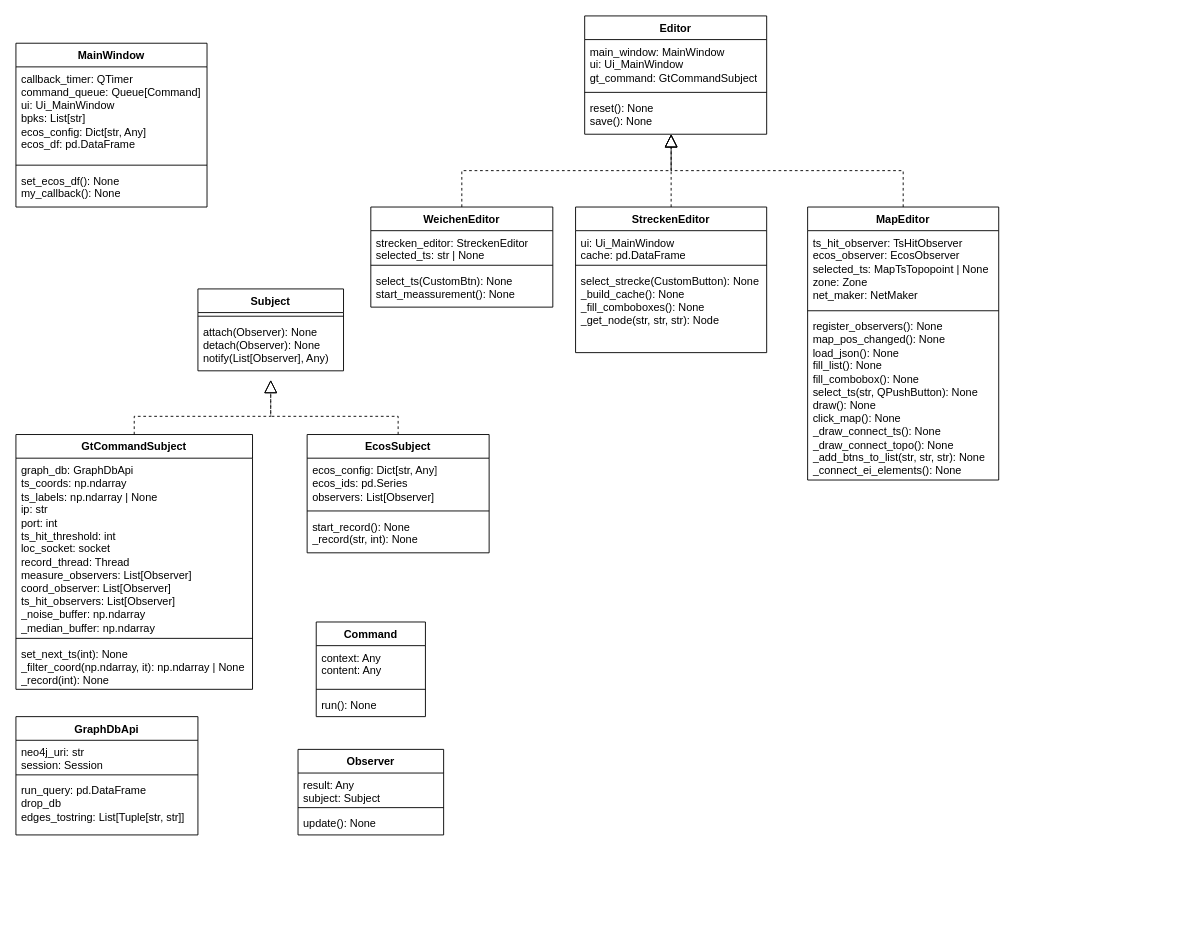
pascalreiss/draw_io_stuff keeps this draw.io diagram as structural/Untitled Diagram.drawio. Above is the earlier version. Source tidied: cells renumbered, new cells numbered last; positions are measured from the earlier drawing's top-left corner, leaving out a move shared by most shapes. Both pictures are drawn from the tidied source at 91%, with x=0, y=0 at pixel (15, 15).
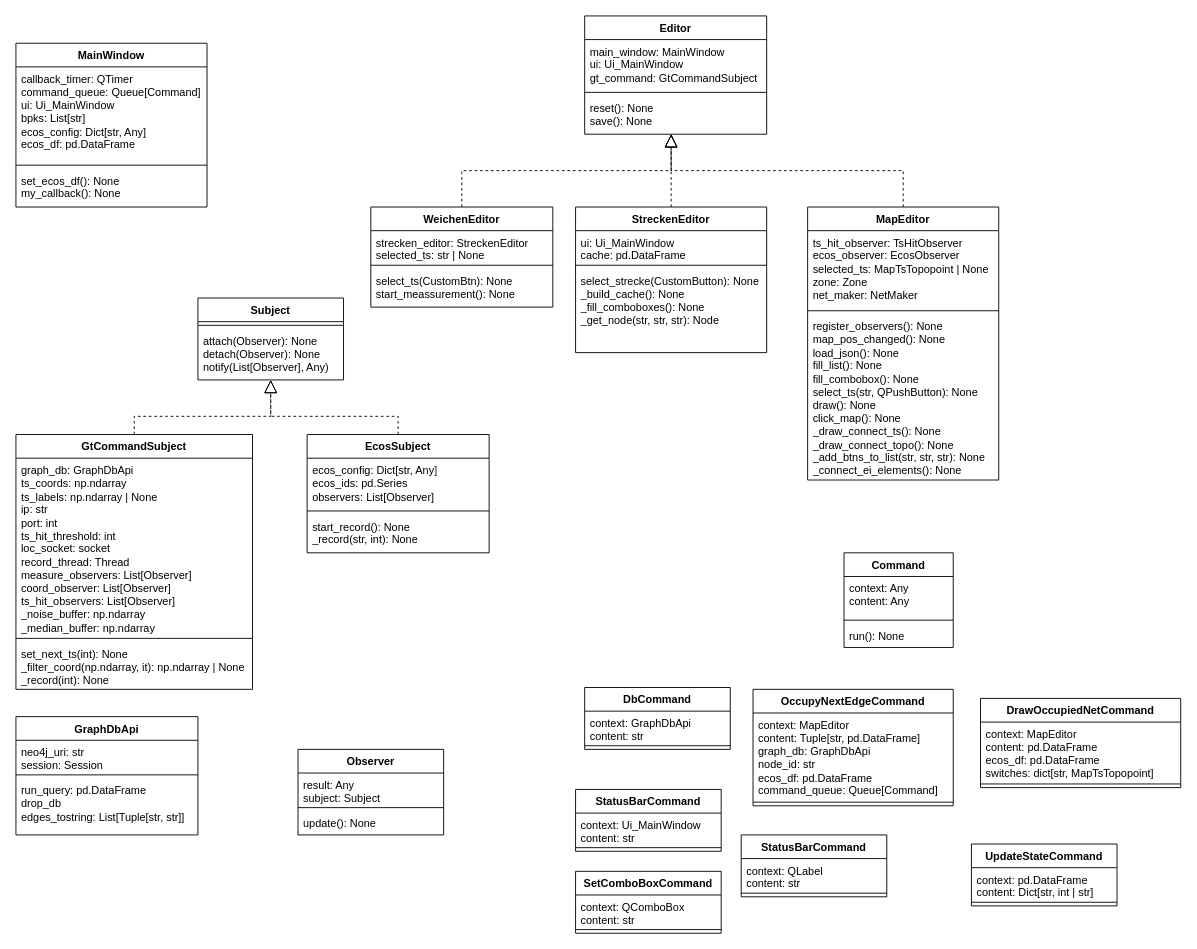
The same diagram, later.

What changed in the source:
```diff
@@
     <mxCell id="10" value="Command" style="swimlane;fontStyle=1;align=center;verticalAlign=top;horizontal=1;startSize=26;whiteSpace=wrap;html=1;" parent="1" vertex="1">
-      <mxGeometry x="330" y="666" width="120" height="104" as="geometry" />
+      <mxGeometry x="910" y="590" width="120" height="104" as="geometry" />
     </mxCell>
@@
     <mxCell id="34" value="Subject" style="swimlane;fontStyle=1;align=center;verticalAlign=top;horizontal=1;startSize=26;whiteSpace=wrap;html=1;" parent="1" vertex="1">
-      <mxGeometry x="200" y="300" width="160" height="90" as="geometry" />
+      <mxGeometry x="200" y="310" width="160" height="90" as="geometry" />
     </mxCell>
@@
+    <mxCell id="50" value="DbCommand" style="swimlane;fontStyle=1;align=center;verticalAlign=top;horizontal=1;startSize=26;whiteSpace=wrap;html=1;" parent="1" vertex="1">
+      <mxGeometry x="625" y="738" width="160" height="68" as="geometry" />
+    </mxCell>
+    <mxCell id="51" value="context: GraphDbApi&lt;br&gt;content: str" style="text;strokeColor=none;fillColor=none;align=left;verticalAlign=top;spacingLeft=4;spacingRight=4;overflow=hidden;whiteSpace=wrap;html=1;" parent="50" vertex="1">
+      <mxGeometry y="26" width="160" height="34" as="geometry" />
+    </mxCell>
+    <mxCell id="52" style="line;strokeWidth=1;fillColor=none;align=left;verticalAlign=middle;spacingTop=-1;spacingLeft=3;spacingRight=3;labelPosition=right;strokeColor=inherit;" parent="50" vertex="1">
+      <mxGeometry y="60" width="160" height="8" as="geometry" />
+    </mxCell>
+    <mxCell id="53" value="OccupyNextEdgeCommand" style="swimlane;fontStyle=1;align=center;verticalAlign=top;horizontal=1;startSize=26;whiteSpace=wrap;html=1;" parent="1" vertex="1">
+      <mxGeometry x="810" y="740" width="220" height="128" as="geometry" />
+    </mxCell>
+    <mxCell id="54" value="context: MapEditor&lt;br&gt;content: Tuple[str, pd.DataFrame]&lt;br&gt;graph_db: GraphDbApi&lt;br&gt;node_id: str&lt;br&gt;ecos_df: pd.DataFrame&lt;br&gt;command_queue: Queue[Command]" style="text;strokeColor=none;fillColor=none;align=left;verticalAlign=top;spacingLeft=4;spacingRight=4;overflow=hidden;whiteSpace=wrap;html=1;" parent="53" vertex="1">
+      <mxGeometry y="26" width="220" height="94" as="geometry" />
+    </mxCell>
+    <mxCell id="55" style="line;strokeWidth=1;fillColor=none;align=left;verticalAlign=middle;spacingTop=-1;spacingLeft=3;spacingRight=3;labelPosition=right;strokeColor=inherit;" parent="53" vertex="1">
+      <mxGeometry y="120" width="220" height="8" as="geometry" />
+    </mxCell>
+    <mxCell id="56" value="StatusBarCommand" style="swimlane;fontStyle=1;align=center;verticalAlign=top;horizontal=1;startSize=26;whiteSpace=wrap;html=1;" parent="1" vertex="1">
+      <mxGeometry x="615" y="850" width="160" height="68" as="geometry" />
+    </mxCell>
+    <mxCell id="57" value="context: Ui_MainWindow&lt;br&gt;content: str" style="text;strokeColor=none;fillColor=none;align=left;verticalAlign=top;spacingLeft=4;spacingRight=4;overflow=hidden;whiteSpace=wrap;html=1;" parent="56" vertex="1">
+      <mxGeometry y="26" width="160" height="34" as="geometry" />
+    </mxCell>
+    <mxCell id="58" style="line;strokeWidth=1;fillColor=none;align=left;verticalAlign=middle;spacingTop=-1;spacingLeft=3;spacingRight=3;labelPosition=right;strokeColor=inherit;" parent="56" vertex="1">
+      <mxGeometry y="60" width="160" height="8" as="geometry" />
+    </mxCell>
+    <mxCell id="59" value="StatusBarCommand" style="swimlane;fontStyle=1;align=center;verticalAlign=top;horizontal=1;startSize=26;whiteSpace=wrap;html=1;" parent="1" vertex="1">
+      <mxGeometry x="797" y="900" width="160" height="68" as="geometry" />
+    </mxCell>
+    <mxCell id="60" value="context: QLabel&lt;br&gt;content: str" style="text;strokeColor=none;fillColor=none;align=left;verticalAlign=top;spacingLeft=4;spacingRight=4;overflow=hidden;whiteSpace=wrap;html=1;" parent="59" vertex="1">
+      <mxGeometry y="26" width="160" height="34" as="geometry" />
+    </mxCell>
+    <mxCell id="61" style="line;strokeWidth=1;fillColor=none;align=left;verticalAlign=middle;spacingTop=-1;spacingLeft=3;spacingRight=3;labelPosition=right;strokeColor=inherit;" parent="59" vertex="1">
+      <mxGeometry y="60" width="160" height="8" as="geometry" />
+    </mxCell>
+    <mxCell id="62" value="SetComboBoxCommand" style="swimlane;fontStyle=1;align=center;verticalAlign=top;horizontal=1;startSize=26;whiteSpace=wrap;html=1;" parent="1" vertex="1">
+      <mxGeometry x="615" y="940" width="160" height="68" as="geometry" />
+    </mxCell>
+    <mxCell id="63" value="context: QComboBox&lt;br&gt;content: str" style="text;strokeColor=none;fillColor=none;align=left;verticalAlign=top;spacingLeft=4;spacingRight=4;overflow=hidden;whiteSpace=wrap;html=1;" parent="62" vertex="1">
+      <mxGeometry y="26" width="160" height="34" as="geometry" />
+    </mxCell>
+    <mxCell id="64" style="line;strokeWidth=1;fillColor=none;align=left;verticalAlign=middle;spacingTop=-1;spacingLeft=3;spacingRight=3;labelPosition=right;strokeColor=inherit;" parent="62" vertex="1">
+      <mxGeometry y="60" width="160" height="8" as="geometry" />
+    </mxCell>
+    <mxCell id="65" value="DrawOccupiedNetCommand" style="swimlane;fontStyle=1;align=center;verticalAlign=top;horizontal=1;startSize=26;whiteSpace=wrap;html=1;" parent="1" vertex="1">
+      <mxGeometry x="1060" y="750" width="220" height="98" as="geometry" />
+    </mxCell>
+    <mxCell id="66" value="context: MapEditor&lt;br&gt;content: pd.DataFrame&lt;br&gt;ecos_df: pd.DataFrame&lt;br&gt;switches: dict[str, MapTsTopopoint]" style="text;strokeColor=none;fillColor=none;align=left;verticalAlign=top;spacingLeft=4;spacingRight=4;overflow=hidden;whiteSpace=wrap;html=1;" parent="65" vertex="1">
+      <mxGeometry y="26" width="220" height="64" as="geometry" />
+    </mxCell>
+    <mxCell id="67" style="line;strokeWidth=1;fillColor=none;align=left;verticalAlign=middle;spacingTop=-1;spacingLeft=3;spacingRight=3;labelPosition=right;strokeColor=inherit;" parent="65" vertex="1">
+      <mxGeometry y="90" width="220" height="8" as="geometry" />
+    </mxCell>
+    <mxCell id="68" value="UpdateStateCommand" style="swimlane;fontStyle=1;align=center;verticalAlign=top;horizontal=1;startSize=26;whiteSpace=wrap;html=1;" parent="1" vertex="1">
+      <mxGeometry x="1050" y="910" width="160" height="68" as="geometry" />
+    </mxCell>
+    <mxCell id="69" value="context: pd.DataFrame&lt;br&gt;content: Dict[str, int | str]" style="text;strokeColor=none;fillColor=none;align=left;verticalAlign=top;spacingLeft=4;spacingRight=4;overflow=hidden;whiteSpace=wrap;html=1;" parent="68" vertex="1">
+      <mxGeometry y="26" width="160" height="34" as="geometry" />
+    </mxCell>
+    <mxCell id="70" style="line;strokeWidth=1;fillColor=none;align=left;verticalAlign=middle;spacingTop=-1;spacingLeft=3;spacingRight=3;labelPosition=right;strokeColor=inherit;" parent="68" vertex="1">
+      <mxGeometry y="60" width="160" height="8" as="geometry" />
+    </mxCell>
```
